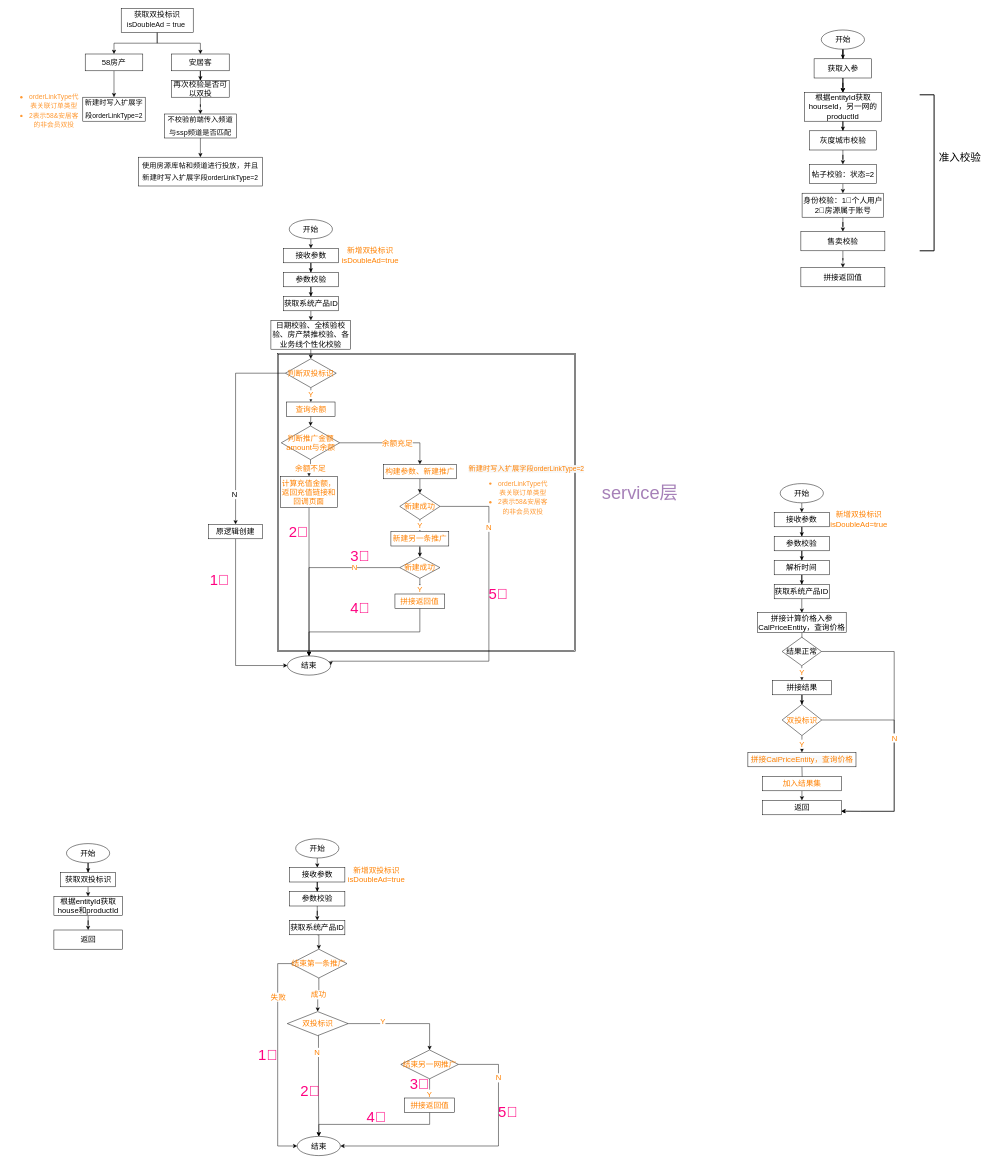
Earlier version of the draw.io diagram Untitled Diagram.drawio (wx141/draw). Source tidied: cells renumbered, new cells numbered last; positions are measured from the earlier drawing's top-left corner, leaving out a move shared by most shapes. Both pictures are drawn from the tidied source at 48%, with x=0, y=0 at pixel (8, 8).
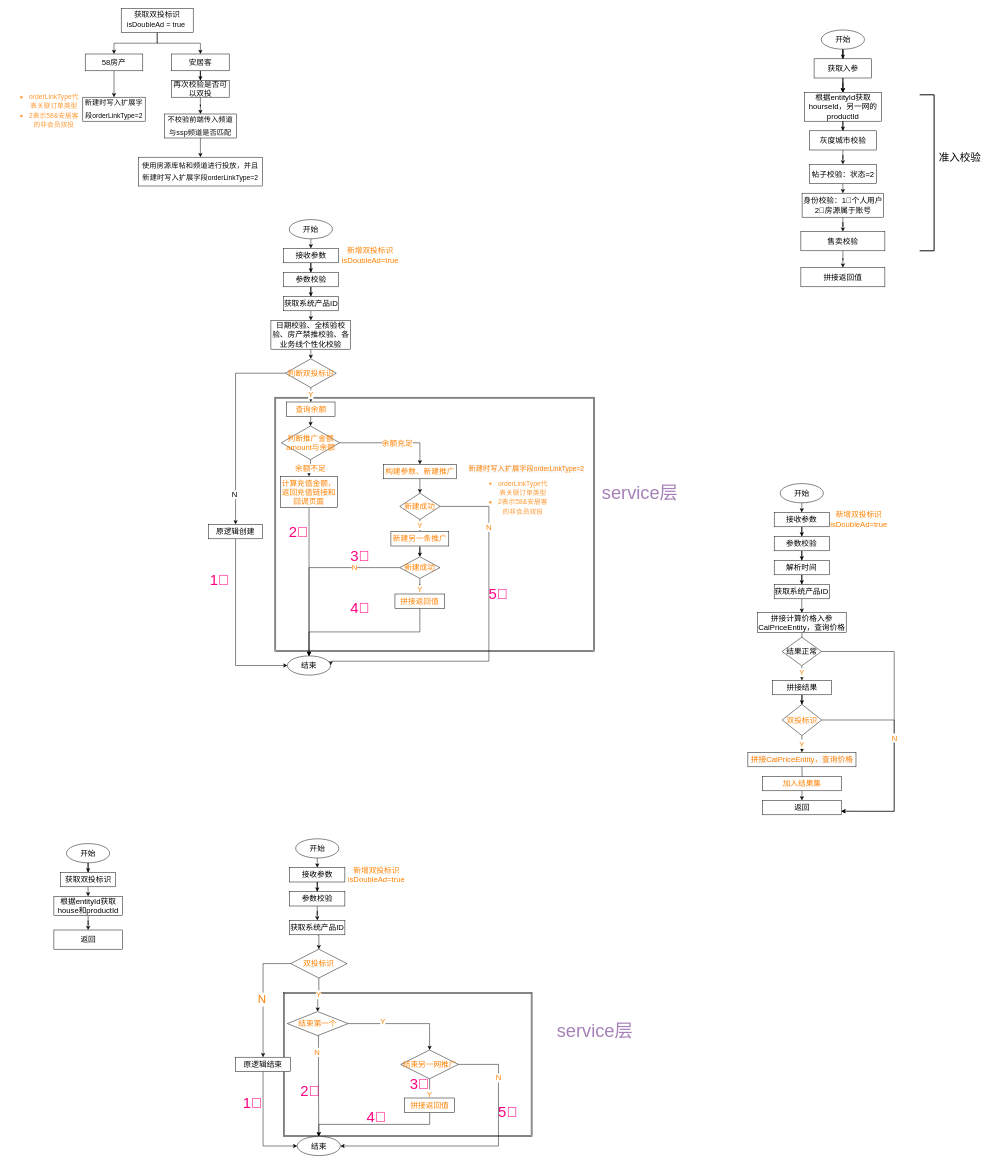
The same page after the edit.

Unchanged cells that the change refers to:
```xml
<mxCell id="127" value="结束" style="ellipse;whiteSpace=wrap;html=1;fontSize=16;fontColor=#000000;" parent="1" vertex="1">
  <mxGeometry x="601.7" y="2350" width="90" height="40" as="geometry" />
</mxCell>
```

The edit, as a diff of the source:
```diff
@@
-    <mxCell id="2" style="shape=ext;double=1;whiteSpace=wrap;html=1;fontSize=16;fontColor=#000000;spacing=1;labelBorderColor=none;labelBackgroundColor=none;" parent="1" vertex="1">
-      <mxGeometry x="561" y="719.5" width="620.5" height="620.5" as="geometry" />
-    </mxCell>
+    <mxCell id="147" style="shape=ext;double=1;rounded=0;whiteSpace=wrap;html=1;labelBackgroundColor=none;fontSize=24;fontColor=#FF8000;" parent="1" vertex="1">
+      <mxGeometry x="555.1" y="810" width="665.9" height="530" as="geometry" />
+    </mxCell>
+    <mxCell id="148" style="shape=ext;double=1;rounded=0;whiteSpace=wrap;html=1;labelBackgroundColor=none;fontSize=24;fontColor=#FF8000;" parent="1" vertex="1">
+      <mxGeometry x="572.6" y="2050" width="518.4" height="300" as="geometry" />
+    </mxCell>
@@
-    <mxCell id="117" style="edgeStyle=orthogonalEdgeStyle;rounded=0;jettySize=auto;html=1;exitX=0;exitY=0.5;exitDx=0;exitDy=0;entryX=0;entryY=0.5;entryDx=0;entryDy=0;fontSize=16;fontColor=#FF8000;" parent="1" edge="1" source="120" target="127">
-      <mxGeometry relative="1" as="geometry">
-        <Array as="points">
-          <mxPoint x="561" y="1990" />
-          <mxPoint x="561" y="2370" />
-        </Array>
-      </mxGeometry>
-    </mxCell>
-    <mxCell id="118" value="失败" style="edgeLabel;html=1;align=center;verticalAlign=middle;fontSize=16;fontColor=#FF8000;" parent="117" vertex="1">
-      <mxGeometry x="-0.04" y="-2" relative="1" as="geometry">
-        <mxPoint x="2" y="-118.8" as="offset" />
-      </mxGeometry>
-    </mxCell>
-    <mxCell id="119" value="成功" style="edgeStyle=orthogonalEdgeStyle;rounded=0;jettySize=auto;html=1;exitX=0.5;exitY=1;exitDx=0;exitDy=0;entryX=0.5;entryY=0;entryDx=0;entryDy=0;fontSize=16;fontColor=#FF8000;" parent="1" edge="1" source="120" target="124">
+    <mxCell id="119" value="Y" style="edgeStyle=orthogonalEdgeStyle;rounded=0;jettySize=auto;html=1;exitX=0.5;exitY=1;exitDx=0;exitDy=0;entryX=0.5;entryY=0;entryDx=0;entryDy=0;fontSize=16;fontColor=#FF8000;" parent="1" edge="1" source="120" target="124">
       <mxGeometry relative="1" as="geometry" />
     </mxCell>
+    <mxCell id="149" style="edgeStyle=orthogonalEdgeStyle;rounded=0;jettySize=auto;html=1;exitX=0;exitY=0.5;exitDx=0;exitDy=0;entryX=0.5;entryY=0;entryDx=0;entryDy=0;fontSize=38;fontColor=#A680B8;" parent="1" edge="1" source="120" target="152">
+      <mxGeometry relative="1" as="geometry" />
+    </mxCell>
+    <mxCell id="150" value="N" style="edgeLabel;html=1;align=center;verticalAlign=middle;fontSize=24;fontColor=#FF8000;" parent="149" vertex="1">
+      <mxGeometry x="0.04" y="-3" relative="1" as="geometry">
+        <mxPoint y="1" as="offset" />
+      </mxGeometry>
+    </mxCell>
-    <mxCell id="120" value="结束第一条推广" style="rhombus;whiteSpace=wrap;html=1;rounded=0;fontSize=16;fontColor=#FF8000;" parent="1" vertex="1">
+    <mxCell id="120" value="双投标识" style="rhombus;whiteSpace=wrap;html=1;rounded=0;fontSize=16;fontColor=#FF8000;" parent="1" vertex="1">
       <mxGeometry x="588.1" y="1960" width="117.3" height="60" as="geometry" />
     </mxCell>
@@
-    <mxCell id="124" value="双投标识" style="rhombus;whiteSpace=wrap;html=1;rounded=0;fontSize=16;fontColor=#FF8000;" parent="1" vertex="1">
+    <mxCell id="124" value="结束第一个" style="rhombus;whiteSpace=wrap;html=1;rounded=0;fontSize=16;fontColor=#FF8000;" parent="1" vertex="1">
       <mxGeometry x="581" y="2090" width="126.8" height="50" as="geometry" />
     </mxCell>
@@
     <mxCell id="132" value="1⃣️" style="text;html=1;strokeColor=none;fillColor=none;align=center;verticalAlign=middle;whiteSpace=wrap;rounded=0;fontSize=31;fontColor=#FF0080;" parent="1" vertex="1">
-      <mxGeometry x="521" y="2170" width="40" height="20" as="geometry" />
+      <mxGeometry x="489.2" y="2270" width="40" height="20" as="geometry" />
     </mxCell>
@@
+    <mxCell id="151" style="edgeStyle=orthogonalEdgeStyle;rounded=0;jettySize=auto;html=1;exitX=0.5;exitY=1;exitDx=0;exitDy=0;entryX=0;entryY=0.5;entryDx=0;entryDy=0;fontSize=38;fontColor=#A680B8;" parent="1" edge="1" source="152" target="127">
+      <mxGeometry relative="1" as="geometry" />
+    </mxCell>
+    <mxCell id="152" value="原逻辑结束" style="rounded=0;whiteSpace=wrap;html=1;fontSize=16;fontColor=#000000;" parent="1" vertex="1">
+      <mxGeometry x="473.1" y="2185" width="115" height="30" as="geometry" />
+    </mxCell>
+    <mxCell id="153" value="service层" style="text;html=1;strokeColor=none;fillColor=none;align=center;verticalAlign=middle;whiteSpace=wrap;rounded=0;fontSize=38;fontColor=#A680B8;" parent="1" vertex="1">
+      <mxGeometry x="1126.6" y="2120" width="190" height="20" as="geometry" />
+    </mxCell>
```
